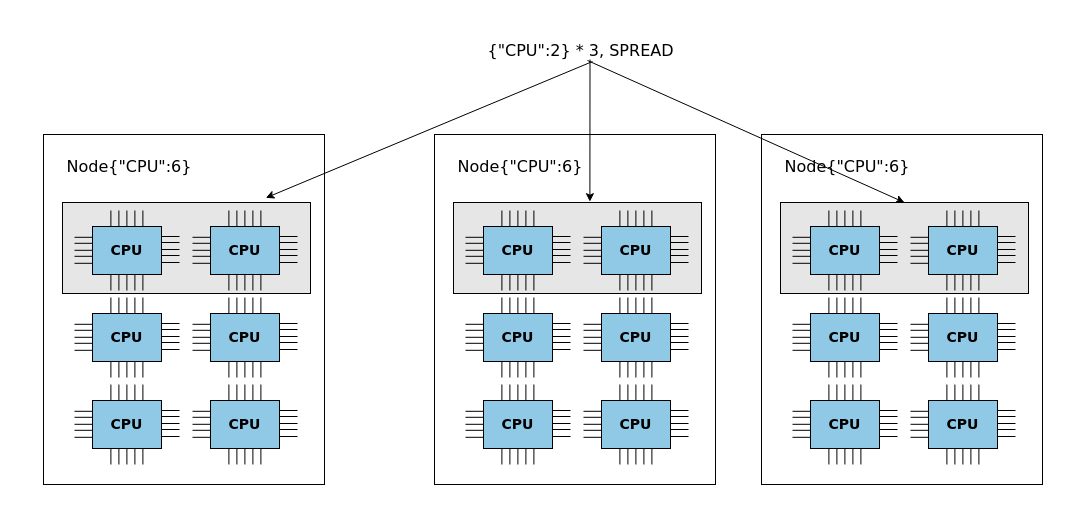
godaai/scale-py-zh keeps this draw.io diagram as drawio/ch-ray-cluster/pg-spread.drawio. Above is the earlier version. Source tidied: cells renumbered, new cells numbered last; positions are measured from the earlier drawing's top-left corner, leaving out a move shared by most shapes. Both pictures are drawn from the tidied source at 100%, with x=0, y=0 at pixel (17, 17).
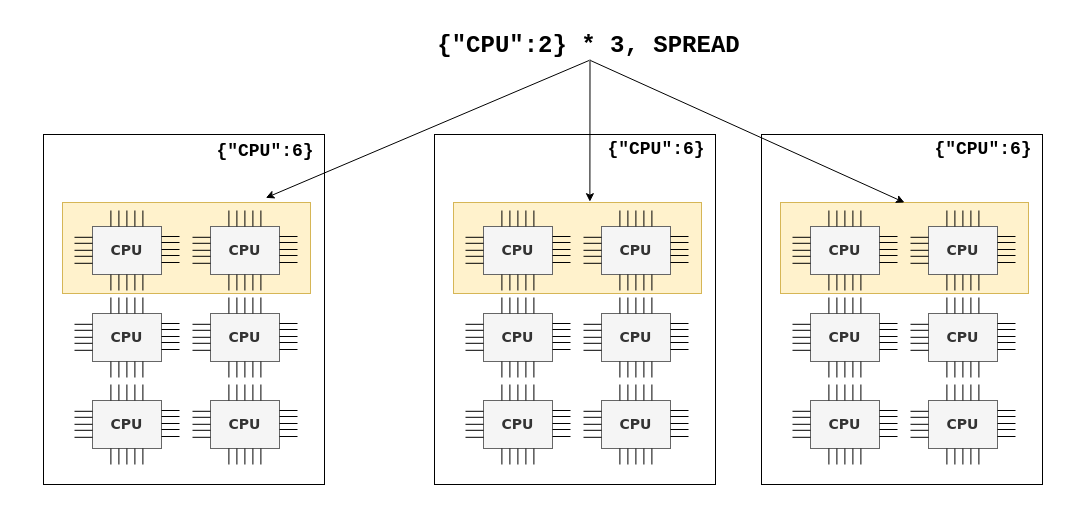
After the change.

What changed in the source:
```diff
@@
-    <mxCell id="4" style="rounded=0;whiteSpace=wrap;html=1;fillColor=#E6E6E6;" parent="1" vertex="1">
+    <mxCell id="4" style="rounded=0;whiteSpace=wrap;html=1;fillColor=#fff2cc;strokeColor=#d6b656;" parent="1" vertex="1">
       <mxGeometry x="45" y="185" width="248" height="91" as="geometry" />
     </mxCell>
-    <mxCell id="5" value="&lt;b&gt;&lt;font style=&quot;font-size: 14px;&quot; face=&quot;Verdana&quot;&gt;CPU&lt;/font&gt;&lt;/b&gt;" style="rounded=0;whiteSpace=wrap;html=1;fillColor=#90C9E6;" parent="1" vertex="1">
+    <mxCell id="5" value="&lt;b&gt;&lt;font style=&quot;font-size: 14px;&quot; face=&quot;Verdana&quot;&gt;CPU&lt;/font&gt;&lt;/b&gt;" style="rounded=0;whiteSpace=wrap;html=1;fillColor=#f5f5f5;fontColor=#333333;strokeColor=#666666;" parent="1" vertex="1">
       <mxGeometry x="75" y="209" width="69" height="48" as="geometry" />
     </mxCell>
@@
-    <mxCell id="26" value="&lt;b&gt;&lt;font style=&quot;font-size: 14px;&quot; face=&quot;Verdana&quot;&gt;CPU&lt;/font&gt;&lt;/b&gt;" style="rounded=0;whiteSpace=wrap;html=1;fillColor=#90C9E6;" parent="1" vertex="1">
+    <mxCell id="26" value="&lt;b&gt;&lt;font style=&quot;font-size: 14px;&quot; face=&quot;Verdana&quot;&gt;CPU&lt;/font&gt;&lt;/b&gt;" style="rounded=0;whiteSpace=wrap;html=1;fillColor=#f5f5f5;fontColor=#333333;strokeColor=#666666;" parent="1" vertex="1">
       <mxGeometry x="193" y="209" width="69" height="48" as="geometry" />
     </mxCell>
@@
-    <mxCell id="47" value="&lt;b&gt;&lt;font style=&quot;font-size: 14px;&quot; face=&quot;Verdana&quot;&gt;CPU&lt;/font&gt;&lt;/b&gt;" style="rounded=0;whiteSpace=wrap;html=1;fillColor=#90C9E6;" parent="1" vertex="1">
+    <mxCell id="47" value="&lt;b&gt;&lt;font style=&quot;font-size: 14px;&quot; face=&quot;Verdana&quot;&gt;CPU&lt;/font&gt;&lt;/b&gt;" style="rounded=0;whiteSpace=wrap;html=1;fillColor=#f5f5f5;fontColor=#333333;strokeColor=#666666;" parent="1" vertex="1">
       <mxGeometry x="75" y="296" width="69" height="48" as="geometry" />
     </mxCell>
@@
-    <mxCell id="68" value="&lt;b&gt;&lt;font style=&quot;font-size: 14px;&quot; face=&quot;Verdana&quot;&gt;CPU&lt;/font&gt;&lt;/b&gt;" style="rounded=0;whiteSpace=wrap;html=1;fillColor=#90C9E6;" parent="1" vertex="1">
+    <mxCell id="68" value="&lt;b&gt;&lt;font style=&quot;font-size: 14px;&quot; face=&quot;Verdana&quot;&gt;CPU&lt;/font&gt;&lt;/b&gt;" style="rounded=0;whiteSpace=wrap;html=1;fillColor=#f5f5f5;fontColor=#333333;strokeColor=#666666;" parent="1" vertex="1">
       <mxGeometry x="193" y="296" width="69" height="48" as="geometry" />
     </mxCell>
@@
-    <mxCell id="89" value="&lt;b&gt;&lt;font style=&quot;font-size: 14px;&quot; face=&quot;Verdana&quot;&gt;CPU&lt;/font&gt;&lt;/b&gt;" style="rounded=0;whiteSpace=wrap;html=1;fillColor=#90C9E6;" parent="1" vertex="1">
+    <mxCell id="89" value="&lt;b&gt;&lt;font style=&quot;font-size: 14px;&quot; face=&quot;Verdana&quot;&gt;CPU&lt;/font&gt;&lt;/b&gt;" style="rounded=0;whiteSpace=wrap;html=1;fillColor=#f5f5f5;fontColor=#333333;strokeColor=#666666;" parent="1" vertex="1">
       <mxGeometry x="75" y="383" width="69" height="48" as="geometry" />
     </mxCell>
@@
-    <mxCell id="110" value="&lt;b&gt;&lt;font style=&quot;font-size: 14px;&quot; face=&quot;Verdana&quot;&gt;CPU&lt;/font&gt;&lt;/b&gt;" style="rounded=0;whiteSpace=wrap;html=1;fillColor=#90C9E6;" parent="1" vertex="1">
+    <mxCell id="110" value="&lt;b&gt;&lt;font style=&quot;font-size: 14px;&quot; face=&quot;Verdana&quot;&gt;CPU&lt;/font&gt;&lt;/b&gt;" style="rounded=0;whiteSpace=wrap;html=1;fillColor=#f5f5f5;fontColor=#333333;strokeColor=#666666;" parent="1" vertex="1">
       <mxGeometry x="193" y="383" width="69" height="48" as="geometry" />
     </mxCell>
@@
-    <mxCell id="131" value="&lt;font style=&quot;font-size: 16px;&quot; face=&quot;Verdana&quot;&gt;Node{&quot;CPU&quot;:6}&lt;/font&gt;" style="text;html=1;align=center;verticalAlign=middle;whiteSpace=wrap;rounded=0;" parent="1" vertex="1">
-      <mxGeometry x="53" y="134" width="118" height="30" as="geometry" />
+    <mxCell id="131" value="&lt;font style=&quot;font-size: 18px;&quot;&gt;{&quot;CPU&quot;:6}&lt;/font&gt;" style="text;html=1;align=center;verticalAlign=middle;whiteSpace=wrap;rounded=0;fontFamily=Courier New;fontStyle=1;fontSize=18;" parent="1" vertex="1">
+      <mxGeometry x="189" y="119" width="118" height="30" as="geometry" />
     </mxCell>
@@
-    <mxCell id="133" style="rounded=0;whiteSpace=wrap;html=1;fillColor=#E6E6E6;" parent="1" vertex="1">
+    <mxCell id="133" style="rounded=0;whiteSpace=wrap;html=1;fillColor=#fff2cc;strokeColor=#d6b656;" parent="1" vertex="1">
       <mxGeometry x="436" y="185" width="248" height="91" as="geometry" />
     </mxCell>
-    <mxCell id="134" value="&lt;b&gt;&lt;font style=&quot;font-size: 14px;&quot; face=&quot;Verdana&quot;&gt;CPU&lt;/font&gt;&lt;/b&gt;" style="rounded=0;whiteSpace=wrap;html=1;fillColor=#90C9E6;" parent="1" vertex="1">
+    <mxCell id="134" value="&lt;b&gt;&lt;font style=&quot;font-size: 14px;&quot; face=&quot;Verdana&quot;&gt;CPU&lt;/font&gt;&lt;/b&gt;" style="rounded=0;whiteSpace=wrap;html=1;fillColor=#f5f5f5;fontColor=#333333;strokeColor=#666666;" parent="1" vertex="1">
       <mxGeometry x="466" y="209" width="69" height="48" as="geometry" />
     </mxCell>
@@
-    <mxCell id="155" value="&lt;b&gt;&lt;font style=&quot;font-size: 14px;&quot; face=&quot;Verdana&quot;&gt;CPU&lt;/font&gt;&lt;/b&gt;" style="rounded=0;whiteSpace=wrap;html=1;fillColor=#90C9E6;" parent="1" vertex="1">
+    <mxCell id="155" value="&lt;b&gt;&lt;font style=&quot;font-size: 14px;&quot; face=&quot;Verdana&quot;&gt;CPU&lt;/font&gt;&lt;/b&gt;" style="rounded=0;whiteSpace=wrap;html=1;fillColor=#f5f5f5;fontColor=#333333;strokeColor=#666666;" parent="1" vertex="1">
       <mxGeometry x="584" y="209" width="69" height="48" as="geometry" />
     </mxCell>
@@
-    <mxCell id="176" value="&lt;b&gt;&lt;font style=&quot;font-size: 14px;&quot; face=&quot;Verdana&quot;&gt;CPU&lt;/font&gt;&lt;/b&gt;" style="rounded=0;whiteSpace=wrap;html=1;fillColor=#90C9E6;" parent="1" vertex="1">
+    <mxCell id="176" value="&lt;b&gt;&lt;font style=&quot;font-size: 14px;&quot; face=&quot;Verdana&quot;&gt;CPU&lt;/font&gt;&lt;/b&gt;" style="rounded=0;whiteSpace=wrap;html=1;fillColor=#f5f5f5;fontColor=#333333;strokeColor=#666666;" parent="1" vertex="1">
       <mxGeometry x="466" y="296" width="69" height="48" as="geometry" />
     </mxCell>
@@
-    <mxCell id="197" value="&lt;b&gt;&lt;font style=&quot;font-size: 14px;&quot; face=&quot;Verdana&quot;&gt;CPU&lt;/font&gt;&lt;/b&gt;" style="rounded=0;whiteSpace=wrap;html=1;fillColor=#90C9E6;" parent="1" vertex="1">
+    <mxCell id="197" value="&lt;b&gt;&lt;font style=&quot;font-size: 14px;&quot; face=&quot;Verdana&quot;&gt;CPU&lt;/font&gt;&lt;/b&gt;" style="rounded=0;whiteSpace=wrap;html=1;fillColor=#f5f5f5;fontColor=#333333;strokeColor=#666666;" parent="1" vertex="1">
       <mxGeometry x="584" y="296" width="69" height="48" as="geometry" />
     </mxCell>
@@
-    <mxCell id="218" value="&lt;b&gt;&lt;font style=&quot;font-size: 14px;&quot; face=&quot;Verdana&quot;&gt;CPU&lt;/font&gt;&lt;/b&gt;" style="rounded=0;whiteSpace=wrap;html=1;fillColor=#90C9E6;" parent="1" vertex="1">
+    <mxCell id="218" value="&lt;b&gt;&lt;font style=&quot;font-size: 14px;&quot; face=&quot;Verdana&quot;&gt;CPU&lt;/font&gt;&lt;/b&gt;" style="rounded=0;whiteSpace=wrap;html=1;fillColor=#f5f5f5;fontColor=#333333;strokeColor=#666666;" parent="1" vertex="1">
       <mxGeometry x="466" y="383" width="69" height="48" as="geometry" />
     </mxCell>
@@
-    <mxCell id="239" value="&lt;b&gt;&lt;font style=&quot;font-size: 14px;&quot; face=&quot;Verdana&quot;&gt;CPU&lt;/font&gt;&lt;/b&gt;" style="rounded=0;whiteSpace=wrap;html=1;fillColor=#90C9E6;" parent="1" vertex="1">
+    <mxCell id="239" value="&lt;b&gt;&lt;font style=&quot;font-size: 14px;&quot; face=&quot;Verdana&quot;&gt;CPU&lt;/font&gt;&lt;/b&gt;" style="rounded=0;whiteSpace=wrap;html=1;fillColor=#f5f5f5;fontColor=#333333;strokeColor=#666666;" parent="1" vertex="1">
       <mxGeometry x="584" y="383" width="69" height="48" as="geometry" />
     </mxCell>
@@
-    <mxCell id="260" value="&lt;font style=&quot;font-size: 16px;&quot; face=&quot;Verdana&quot;&gt;Node{&quot;CPU&quot;:6}&lt;/font&gt;" style="text;html=1;align=center;verticalAlign=middle;whiteSpace=wrap;rounded=0;" parent="1" vertex="1">
-      <mxGeometry x="444" y="134" width="118" height="30" as="geometry" />
+    <mxCell id="260" value="&lt;font style=&quot;font-size: 18px;&quot;&gt;{&quot;CPU&quot;:6}&lt;/font&gt;" style="text;html=1;align=center;verticalAlign=middle;whiteSpace=wrap;rounded=0;fontFamily=Courier New;fontStyle=1;fontSize=18;" parent="1" vertex="1">
+      <mxGeometry x="580" y="117" width="118" height="30" as="geometry" />
     </mxCell>
@@
-    <mxCell id="262" style="rounded=0;whiteSpace=wrap;html=1;fillColor=#E6E6E6;" parent="1" vertex="1">
+    <mxCell id="262" style="rounded=0;whiteSpace=wrap;html=1;fillColor=#fff2cc;strokeColor=#d6b656;" parent="1" vertex="1">
       <mxGeometry x="763" y="185" width="248" height="91" as="geometry" />
     </mxCell>
-    <mxCell id="263" value="&lt;b&gt;&lt;font style=&quot;font-size: 14px;&quot; face=&quot;Verdana&quot;&gt;CPU&lt;/font&gt;&lt;/b&gt;" style="rounded=0;whiteSpace=wrap;html=1;fillColor=#90C9E6;" parent="1" vertex="1">
+    <mxCell id="263" value="&lt;b&gt;&lt;font style=&quot;font-size: 14px;&quot; face=&quot;Verdana&quot;&gt;CPU&lt;/font&gt;&lt;/b&gt;" style="rounded=0;whiteSpace=wrap;html=1;fillColor=#f5f5f5;fontColor=#333333;strokeColor=#666666;" parent="1" vertex="1">
       <mxGeometry x="793" y="209" width="69" height="48" as="geometry" />
     </mxCell>
@@
-    <mxCell id="284" value="&lt;b&gt;&lt;font style=&quot;font-size: 14px;&quot; face=&quot;Verdana&quot;&gt;CPU&lt;/font&gt;&lt;/b&gt;" style="rounded=0;whiteSpace=wrap;html=1;fillColor=#90C9E6;" parent="1" vertex="1">
+    <mxCell id="284" value="&lt;b&gt;&lt;font style=&quot;font-size: 14px;&quot; face=&quot;Verdana&quot;&gt;CPU&lt;/font&gt;&lt;/b&gt;" style="rounded=0;whiteSpace=wrap;html=1;fillColor=#f5f5f5;fontColor=#333333;strokeColor=#666666;" parent="1" vertex="1">
       <mxGeometry x="911" y="209" width="69" height="48" as="geometry" />
     </mxCell>
@@
-    <mxCell id="305" value="&lt;b&gt;&lt;font style=&quot;font-size: 14px;&quot; face=&quot;Verdana&quot;&gt;CPU&lt;/font&gt;&lt;/b&gt;" style="rounded=0;whiteSpace=wrap;html=1;fillColor=#90C9E6;" parent="1" vertex="1">
+    <mxCell id="305" value="&lt;b&gt;&lt;font style=&quot;font-size: 14px;&quot; face=&quot;Verdana&quot;&gt;CPU&lt;/font&gt;&lt;/b&gt;" style="rounded=0;whiteSpace=wrap;html=1;fillColor=#f5f5f5;fontColor=#333333;strokeColor=#666666;" parent="1" vertex="1">
       <mxGeometry x="793" y="296" width="69" height="48" as="geometry" />
     </mxCell>
@@
-    <mxCell id="326" value="&lt;b&gt;&lt;font style=&quot;font-size: 14px;&quot; face=&quot;Verdana&quot;&gt;CPU&lt;/font&gt;&lt;/b&gt;" style="rounded=0;whiteSpace=wrap;html=1;fillColor=#90C9E6;" parent="1" vertex="1">
+    <mxCell id="326" value="&lt;b&gt;&lt;font style=&quot;font-size: 14px;&quot; face=&quot;Verdana&quot;&gt;CPU&lt;/font&gt;&lt;/b&gt;" style="rounded=0;whiteSpace=wrap;html=1;fillColor=#f5f5f5;fontColor=#333333;strokeColor=#666666;" parent="1" vertex="1">
       <mxGeometry x="911" y="296" width="69" height="48" as="geometry" />
     </mxCell>
@@
-    <mxCell id="347" value="&lt;b&gt;&lt;font style=&quot;font-size: 14px;&quot; face=&quot;Verdana&quot;&gt;CPU&lt;/font&gt;&lt;/b&gt;" style="rounded=0;whiteSpace=wrap;html=1;fillColor=#90C9E6;" parent="1" vertex="1">
+    <mxCell id="347" value="&lt;b&gt;&lt;font style=&quot;font-size: 14px;&quot; face=&quot;Verdana&quot;&gt;CPU&lt;/font&gt;&lt;/b&gt;" style="rounded=0;whiteSpace=wrap;html=1;fillColor=#f5f5f5;fontColor=#333333;strokeColor=#666666;" parent="1" vertex="1">
       <mxGeometry x="793" y="383" width="69" height="48" as="geometry" />
     </mxCell>
@@
-    <mxCell id="364" style="endArrow=none;html=1;rounded=0;" parent="1" edge="1">
+    <mxCell id="364" style="endArrow=none;html=1;rounded=0;fillColor=#f5f5f5;strokeColor=#000000;" parent="1" edge="1">
       <mxGeometry relative="1" as="geometry">
         <mxPoint x="835.4" y="383" as="sourcePoint" />
         <mxPoint x="835.4" y="367" as="targetPoint" />
       </mxGeometry>
     </mxCell>
@@
-    <mxCell id="368" value="&lt;b&gt;&lt;font style=&quot;font-size: 14px;&quot; face=&quot;Verdana&quot;&gt;CPU&lt;/font&gt;&lt;/b&gt;" style="rounded=0;whiteSpace=wrap;html=1;fillColor=#90C9E6;" parent="1" vertex="1">
+    <mxCell id="368" value="&lt;b&gt;&lt;font style=&quot;font-size: 14px;&quot; face=&quot;Verdana&quot;&gt;CPU&lt;/font&gt;&lt;/b&gt;" style="rounded=0;whiteSpace=wrap;html=1;fillColor=#f5f5f5;fontColor=#333333;strokeColor=#666666;" parent="1" vertex="1">
       <mxGeometry x="911" y="383" width="69" height="48" as="geometry" />
     </mxCell>
@@
-    <mxCell id="389" value="&lt;font style=&quot;font-size: 16px;&quot; face=&quot;Verdana&quot;&gt;Node{&quot;CPU&quot;:6}&lt;/font&gt;" style="text;html=1;align=center;verticalAlign=middle;whiteSpace=wrap;rounded=0;" parent="1" vertex="1">
-      <mxGeometry x="771" y="134" width="118" height="30" as="geometry" />
+    <mxCell id="389" value="&lt;font style=&quot;font-size: 18px;&quot;&gt;{&quot;CPU&quot;:6}&lt;/font&gt;" style="text;html=1;align=center;verticalAlign=middle;whiteSpace=wrap;rounded=0;fontFamily=Courier New;fontStyle=1;fontSize=18;" parent="1" vertex="1">
+      <mxGeometry x="907" y="117" width="118" height="30" as="geometry" />
     </mxCell>
-    <mxCell id="390" value="&lt;font style=&quot;font-size: 16px;&quot; face=&quot;Verdana&quot;&gt;{&quot;CPU&quot;:2} * 3, SPREAD&lt;/font&gt;" style="text;html=1;align=center;verticalAlign=middle;whiteSpace=wrap;rounded=0;" parent="1" vertex="1">
-      <mxGeometry x="453" y="18" width="221" height="30" as="geometry" />
+    <mxCell id="390" value="&lt;font face=&quot;Courier New&quot; style=&quot;font-size: 24px;&quot;&gt;&lt;b style=&quot;font-size: 24px;&quot;&gt;{&quot;CPU&quot;:2} * 3, SPREAD&lt;/b&gt;&lt;/font&gt;" style="text;html=1;align=center;verticalAlign=middle;whiteSpace=wrap;rounded=0;fontSize=24;" parent="1" vertex="1">
+      <mxGeometry x="399" y="13" width="345" height="30" as="geometry" />
     </mxCell>
-    <mxCell id="391" style="endArrow=classic;html=1;rounded=0;entryX=0.82;entryY=-0.051;entryDx=0;entryDy=0;entryPerimeter=0;" parent="1" edge="1" target="4">
-      <mxGeometry relative="1" as="geometry">
-        <mxPoint x="575" y="44" as="sourcePoint" />
-      </mxGeometry>
+    <mxCell id="391" style="endArrow=classic;html=1;rounded=0;entryX=0.82;entryY=-0.051;entryDx=0;entryDy=0;entryPerimeter=0;exitX=0.5;exitY=1;exitDx=0;exitDy=0;" parent="1" edge="1" source="390" target="4">
+      <mxGeometry relative="1" as="geometry" />
     </mxCell>
@@
     <mxCell id="393" style="endArrow=classic;html=1;rounded=0;entryX=0.5;entryY=0;entryDx=0;entryDy=0;" parent="1" edge="1" target="262">
       <mxGeometry relative="1" as="geometry">
-        <mxPoint x="570" y="43" as="sourcePoint" />
+        <mxPoint x="573" y="43" as="sourcePoint" />
       </mxGeometry>
     </mxCell>
```
